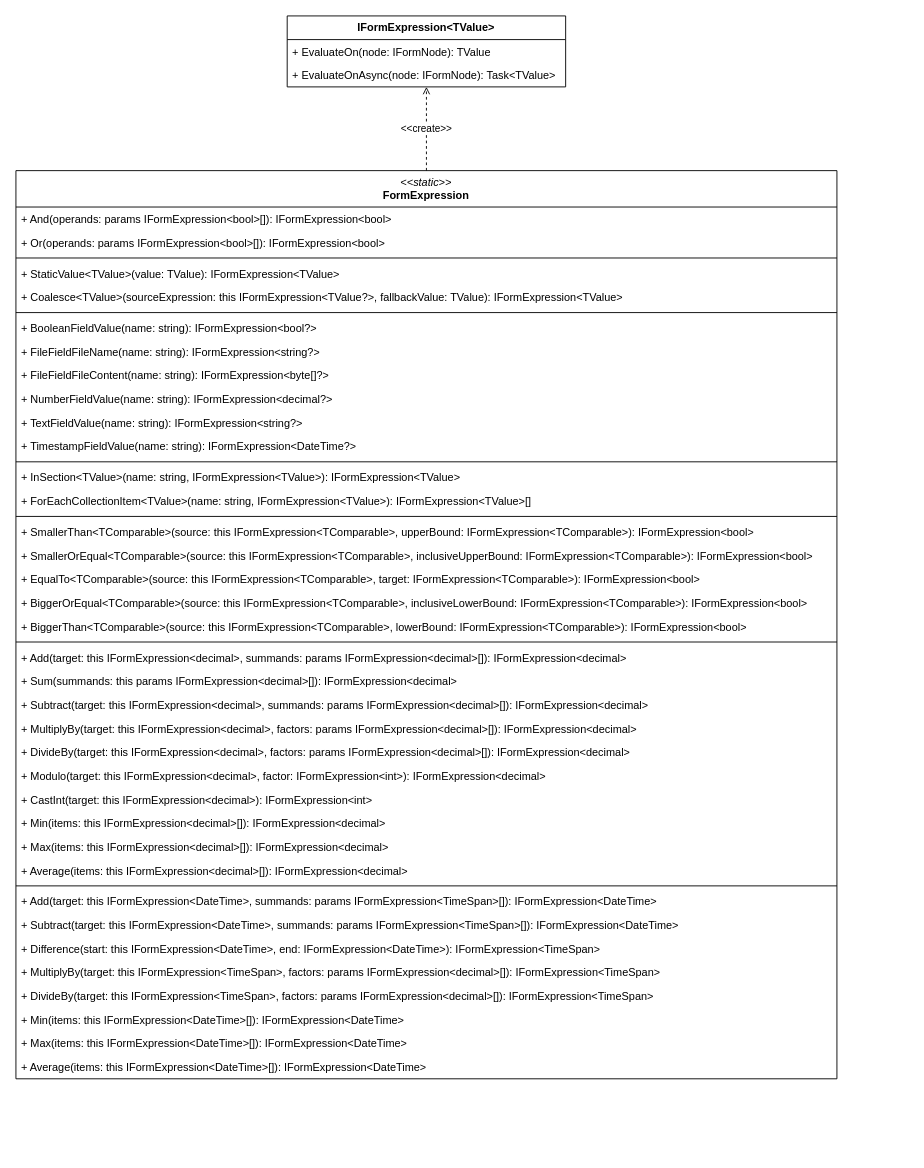
Earlier version of the draw.io diagram doc/forms-concept/expressions.drawio (RGXStorm281/common). Source tidied: cells renumbered, new cells numbered last; positions are measured from the earlier drawing's top-left corner, leaving out a move shared by most shapes. Both pictures are drawn from the tidied source at 91%, with x=0, y=0 at pixel (15, 15).
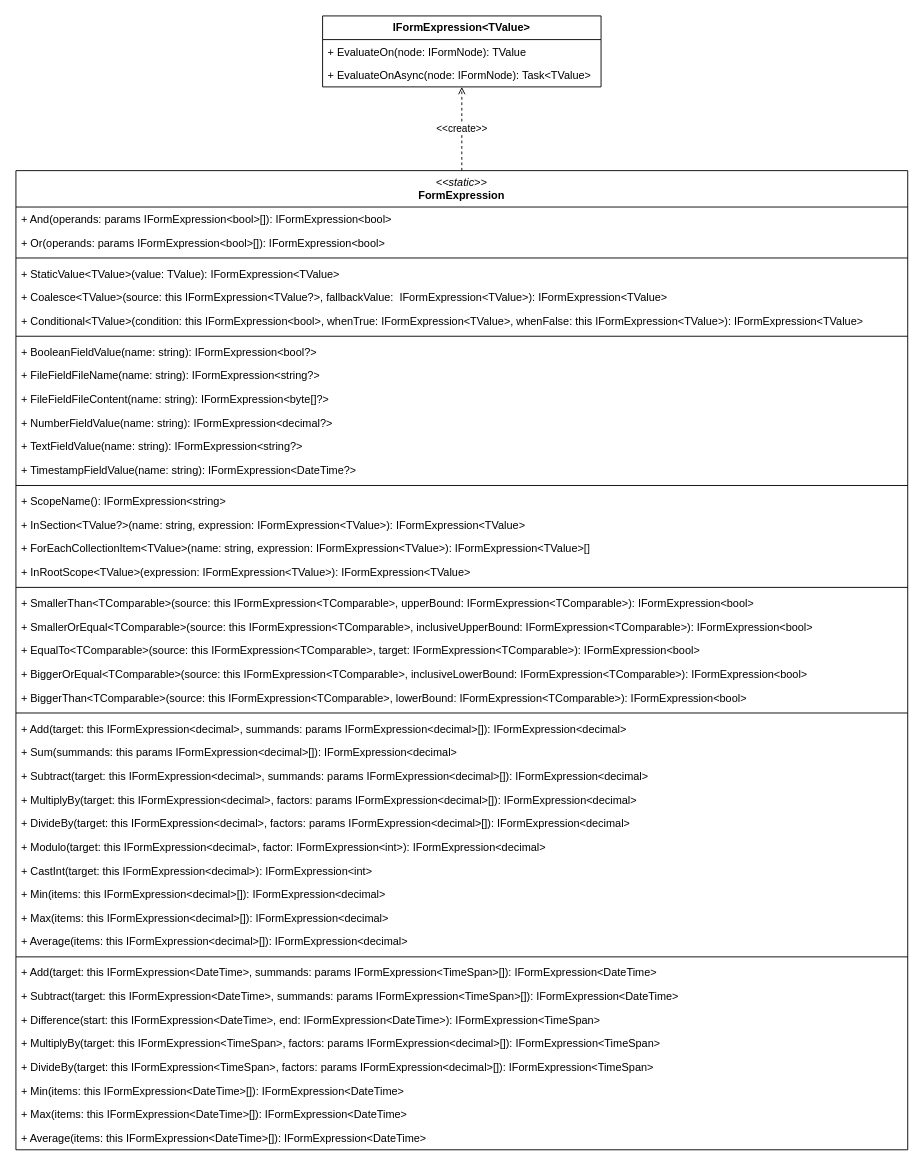
The same diagram, later.

Commit message (it also covers changes not shown here):
Around half way through typing out the signatures and doc comments for the expression factory functions

The edit, as a diff of the source:
```diff
@@
     <mxCell id="2" value="&lt;b&gt;IFormExpression&amp;lt;TValue&amp;gt;&lt;/b&gt;" style="swimlane;fontStyle=0;horizontal=1;startSize=26;fillColor=none;whiteSpace=wrap;html=1;" parent="1" vertex="1">
-      <mxGeometry x="298.1" width="306" height="78" as="geometry" />
+      <mxGeometry x="337" width="306" height="78" as="geometry" />
     </mxCell>
@@
     <mxCell id="6" value="&lt;i&gt;&amp;lt;&amp;lt;static&amp;gt;&amp;gt;&lt;/i&gt;&lt;br&gt;&lt;b&gt;FormExpression&lt;/b&gt;" style="swimlane;fontStyle=0;horizontal=1;startSize=40;fillColor=none;whiteSpace=wrap;html=1;" parent="1" vertex="1">
-      <mxGeometry y="170" width="902.2" height="998" as="geometry" />
+      <mxGeometry y="170" width="980" height="1076" as="geometry" />
     </mxCell>
     <mxCell id="7" value="+ And(operands: params IFormExpression&amp;lt;bool&amp;gt;[]): IFormExpression&amp;lt;bool&amp;gt;" style="text;strokeColor=none;fillColor=none;align=left;verticalAlign=top;spacingLeft=4;spacingRight=4;overflow=hidden;whiteSpace=wrap;html=1;" parent="6" vertex="1">
-      <mxGeometry y="40" width="902.2" height="26" as="geometry" />
+      <mxGeometry y="40" width="980" height="26" as="geometry" />
     </mxCell>
     <mxCell id="8" value="+ Or(operands: params IFormExpression&amp;lt;bool&amp;gt;[]): IFormExpression&amp;lt;bool&amp;gt;" style="text;strokeColor=none;fillColor=none;align=left;verticalAlign=top;spacingLeft=4;spacingRight=4;overflow=hidden;whiteSpace=wrap;html=1;" parent="6" vertex="1">
-      <mxGeometry y="66" width="902.2" height="26" as="geometry" />
+      <mxGeometry y="66" width="980" height="26" as="geometry" />
     </mxCell>
     <mxCell id="9" style="line;strokeWidth=1;fillColor=none;align=left;verticalAlign=middle;spacingTop=-1;spacingLeft=3;spacingRight=3;labelPosition=right;strokeColor=inherit;" parent="6" vertex="1">
-      <mxGeometry y="92" width="902.2" height="8" as="geometry" />
+      <mxGeometry y="92" width="980" height="8" as="geometry" />
     </mxCell>
     <mxCell id="10" value="+ StaticValue&amp;lt;TValue&amp;gt;(value: TValue): IFormExpression&amp;lt;TValue&amp;gt;" style="text;strokeColor=none;fillColor=none;align=left;verticalAlign=top;spacingLeft=4;spacingRight=4;overflow=hidden;whiteSpace=wrap;html=1;" parent="6" vertex="1">
-      <mxGeometry y="100" width="902.2" height="26" as="geometry" />
+      <mxGeometry y="100" width="980" height="26" as="geometry" />
     </mxCell>
-    <mxCell id="11" value="+ Coalesce&amp;lt;TValue&amp;gt;(sourceExpression: this IFormExpression&amp;lt;TValue?&amp;gt;, fallbackValue: TValue): IFormExpression&amp;lt;TValue&amp;gt;" style="text;strokeColor=none;fillColor=none;align=left;verticalAlign=top;spacingLeft=4;spacingRight=4;overflow=hidden;whiteSpace=wrap;html=1;" parent="6" vertex="1">
-      <mxGeometry y="126" width="902.2" height="26" as="geometry" />
+    <mxCell id="11" value="+ Coalesce&amp;lt;TValue&amp;gt;(source: this IFormExpression&amp;lt;TValue?&amp;gt;, fallbackValue:&amp;nbsp;&amp;nbsp;IFormExpression&amp;lt;TValue&amp;gt;): IFormExpression&amp;lt;TValue&amp;gt;" style="text;strokeColor=none;fillColor=none;align=left;verticalAlign=top;spacingLeft=4;spacingRight=4;overflow=hidden;whiteSpace=wrap;html=1;" parent="6" vertex="1">
+      <mxGeometry y="126" width="980" height="26" as="geometry" />
     </mxCell>
+    <mxCell id="48" value="+ Conditional&amp;lt;TValue&amp;gt;(condition: this IFormExpression&amp;lt;bool&amp;gt;, whenTrue: IFormExpression&amp;lt;TValue&amp;gt;, whenFalse: this IFormExpression&amp;lt;TValue&amp;gt;): IFormExpression&amp;lt;TValue&amp;gt;" style="text;strokeColor=none;fillColor=none;align=left;verticalAlign=top;spacingLeft=4;spacingRight=4;overflow=hidden;whiteSpace=wrap;html=1;" parent="6" vertex="1">
+      <mxGeometry y="152" width="980" height="26" as="geometry" />
+    </mxCell>
     <mxCell id="12" style="line;strokeWidth=1;fillColor=none;align=left;verticalAlign=middle;spacingTop=-1;spacingLeft=3;spacingRight=3;labelPosition=right;strokeColor=inherit;" parent="6" vertex="1">
-      <mxGeometry y="152" width="902.2" height="8" as="geometry" />
+      <mxGeometry y="178" width="980" height="8" as="geometry" />
     </mxCell>
     <mxCell id="13" value="+ BooleanFieldValue(name: string): IFormExpression&amp;lt;bool?&amp;gt;" style="text;strokeColor=none;fillColor=none;align=left;verticalAlign=top;spacingLeft=4;spacingRight=4;overflow=hidden;whiteSpace=wrap;html=1;" parent="6" vertex="1">
-      <mxGeometry y="160" width="902.2" height="26" as="geometry" />
+      <mxGeometry y="186" width="980" height="26" as="geometry" />
     </mxCell>
     <mxCell id="14" value="+ FileFieldFileName(name: string): IFormExpression&amp;lt;string?&amp;gt;" style="text;strokeColor=none;fillColor=none;align=left;verticalAlign=top;spacingLeft=4;spacingRight=4;overflow=hidden;whiteSpace=wrap;html=1;" parent="6" vertex="1">
-      <mxGeometry y="186" width="902.2" height="26" as="geometry" />
+      <mxGeometry y="212" width="980" height="26" as="geometry" />
     </mxCell>
     <mxCell id="15" value="+ FileFieldFileContent(name: string): IFormExpression&amp;lt;byte[]?&amp;gt;" style="text;strokeColor=none;fillColor=none;align=left;verticalAlign=top;spacingLeft=4;spacingRight=4;overflow=hidden;whiteSpace=wrap;html=1;" parent="6" vertex="1">
-      <mxGeometry y="212" width="902.2" height="26" as="geometry" />
+      <mxGeometry y="238" width="980" height="26" as="geometry" />
     </mxCell>
     <mxCell id="16" value="+ NumberFieldValue(name: string): IFormExpression&amp;lt;decimal?&amp;gt;" style="text;strokeColor=none;fillColor=none;align=left;verticalAlign=top;spacingLeft=4;spacingRight=4;overflow=hidden;whiteSpace=wrap;html=1;" parent="6" vertex="1">
-      <mxGeometry y="238" width="902.2" height="26" as="geometry" />
+      <mxGeometry y="264" width="980" height="26" as="geometry" />
     </mxCell>
     <mxCell id="17" value="+ TextFieldValue(name: string): IFormExpression&amp;lt;string?&amp;gt;" style="text;strokeColor=none;fillColor=none;align=left;verticalAlign=top;spacingLeft=4;spacingRight=4;overflow=hidden;whiteSpace=wrap;html=1;" parent="6" vertex="1">
-      <mxGeometry y="264" width="902.2" height="26" as="geometry" />
+      <mxGeometry y="290" width="980" height="26" as="geometry" />
     </mxCell>
     <mxCell id="18" value="+ TimestampFieldValue(name: string): IFormExpression&amp;lt;DateTime?&amp;gt;" style="text;strokeColor=none;fillColor=none;align=left;verticalAlign=top;spacingLeft=4;spacingRight=4;overflow=hidden;whiteSpace=wrap;html=1;" parent="6" vertex="1">
-      <mxGeometry y="290" width="902.2" height="26" as="geometry" />
+      <mxGeometry y="316" width="980" height="26" as="geometry" />
     </mxCell>
     <mxCell id="19" style="line;strokeWidth=1;fillColor=none;align=left;verticalAlign=middle;spacingTop=-1;spacingLeft=3;spacingRight=3;labelPosition=right;strokeColor=inherit;" parent="6" vertex="1">
-      <mxGeometry y="316" width="902.2" height="8" as="geometry" />
+      <mxGeometry y="342" width="980" height="8" as="geometry" />
     </mxCell>
+    <mxCell id="49" value="+ ScopeName(): IFormExpression&amp;lt;string&amp;gt;" style="text;strokeColor=none;fillColor=none;align=left;verticalAlign=top;spacingLeft=4;spacingRight=4;overflow=hidden;whiteSpace=wrap;html=1;" parent="6" vertex="1">
+      <mxGeometry y="350" width="980" height="26" as="geometry" />
+    </mxCell>
-    <mxCell id="20" value="+ InSection&amp;lt;TValue&amp;gt;(name: string, IFormExpression&amp;lt;TValue&amp;gt;): IFormExpression&amp;lt;TValue&amp;gt;" style="text;strokeColor=none;fillColor=none;align=left;verticalAlign=top;spacingLeft=4;spacingRight=4;overflow=hidden;whiteSpace=wrap;html=1;" parent="6" vertex="1">
-      <mxGeometry y="324" width="902.2" height="26" as="geometry" />
+    <mxCell id="20" value="+ InSection&amp;lt;TValue?&amp;gt;(name: string, expression: IFormExpression&amp;lt;TValue&amp;gt;): IFormExpression&amp;lt;TValue&amp;gt;" style="text;strokeColor=none;fillColor=none;align=left;verticalAlign=top;spacingLeft=4;spacingRight=4;overflow=hidden;whiteSpace=wrap;html=1;" parent="6" vertex="1">
+      <mxGeometry y="376" width="980" height="26" as="geometry" />
     </mxCell>
-    <mxCell id="21" value="+ ForEachCollectionItem&amp;lt;TValue&amp;gt;(name: string, IFormExpression&amp;lt;TValue&amp;gt;): IFormExpression&amp;lt;TValue&amp;gt;[]" style="text;strokeColor=none;fillColor=none;align=left;verticalAlign=top;spacingLeft=4;spacingRight=4;overflow=hidden;whiteSpace=wrap;html=1;" parent="6" vertex="1">
-      <mxGeometry y="350" width="902.2" height="26" as="geometry" />
+    <mxCell id="21" value="+ ForEachCollectionItem&amp;lt;TValue&amp;gt;(name: string, expression: IFormExpression&amp;lt;TValue&amp;gt;): IFormExpression&amp;lt;TValue&amp;gt;[]" style="text;strokeColor=none;fillColor=none;align=left;verticalAlign=top;spacingLeft=4;spacingRight=4;overflow=hidden;whiteSpace=wrap;html=1;" parent="6" vertex="1">
+      <mxGeometry y="402" width="980" height="26" as="geometry" />
     </mxCell>
+    <mxCell id="50" value="+ InRootScope&amp;lt;TValue&amp;gt;(expression: IFormExpression&amp;lt;TValue&amp;gt;): IFormExpression&amp;lt;TValue&amp;gt;" style="text;strokeColor=none;fillColor=none;align=left;verticalAlign=top;spacingLeft=4;spacingRight=4;overflow=hidden;whiteSpace=wrap;html=1;" parent="6" vertex="1">
+      <mxGeometry y="428" width="980" height="26" as="geometry" />
+    </mxCell>
     <mxCell id="22" style="line;strokeWidth=1;fillColor=none;align=left;verticalAlign=middle;spacingTop=-1;spacingLeft=3;spacingRight=3;labelPosition=right;strokeColor=inherit;" parent="6" vertex="1">
-      <mxGeometry y="376" width="902.2" height="8" as="geometry" />
+      <mxGeometry y="454" width="980" height="8" as="geometry" />
     </mxCell>
     <mxCell id="23" value="+ SmallerThan&amp;lt;TComparable&amp;gt;(source: this IFormExpression&amp;lt;TComparable&amp;gt;, upperBound: IFormExpression&amp;lt;TComparable&amp;gt;): IFormExpression&amp;lt;bool&amp;gt;" style="text;strokeColor=none;fillColor=none;align=left;verticalAlign=top;spacingLeft=4;spacingRight=4;overflow=hidden;whiteSpace=wrap;html=1;" parent="6" vertex="1">
-      <mxGeometry y="384" width="902.2" height="26" as="geometry" />
+      <mxGeometry y="462" width="980" height="26" as="geometry" />
     </mxCell>
     <mxCell id="24" value="+ SmallerOrEqual&amp;lt;TComparable&amp;gt;(source: this IFormExpression&amp;lt;TComparable&amp;gt;, inclusiveUpperBound: IFormExpression&amp;lt;TComparable&amp;gt;): IFormExpression&amp;lt;bool&amp;gt;" style="text;strokeColor=none;fillColor=none;align=left;verticalAlign=top;spacingLeft=4;spacingRight=4;overflow=hidden;whiteSpace=wrap;html=1;" parent="6" vertex="1">
-      <mxGeometry y="410" width="902.2" height="26" as="geometry" />
+      <mxGeometry y="488" width="980" height="26" as="geometry" />
     </mxCell>
     <mxCell id="25" value="+ EqualTo&amp;lt;TComparable&amp;gt;(source: this IFormExpression&amp;lt;TComparable&amp;gt;, target: IFormExpression&amp;lt;TComparable&amp;gt;): IFormExpression&amp;lt;bool&amp;gt;" style="text;strokeColor=none;fillColor=none;align=left;verticalAlign=top;spacingLeft=4;spacingRight=4;overflow=hidden;whiteSpace=wrap;html=1;" parent="6" vertex="1">
-      <mxGeometry y="436" width="902.2" height="26" as="geometry" />
+      <mxGeometry y="514" width="980" height="26" as="geometry" />
     </mxCell>
     <mxCell id="26" value="+ BiggerOrEqual&amp;lt;TComparable&amp;gt;(source: this IFormExpression&amp;lt;TComparable&amp;gt;, inclusiveLowerBound: IFormExpression&amp;lt;TComparable&amp;gt;): IFormExpression&amp;lt;bool&amp;gt;" style="text;strokeColor=none;fillColor=none;align=left;verticalAlign=top;spacingLeft=4;spacingRight=4;overflow=hidden;whiteSpace=wrap;html=1;" parent="6" vertex="1">
-      <mxGeometry y="462" width="902.2" height="26" as="geometry" />
+      <mxGeometry y="540" width="980" height="26" as="geometry" />
     </mxCell>
     <mxCell id="27" value="+ BiggerThan&amp;lt;TComparable&amp;gt;(source: this IFormExpression&amp;lt;TComparable&amp;gt;, lowerBound: IFormExpression&amp;lt;TComparable&amp;gt;): IFormExpression&amp;lt;bool&amp;gt;" style="text;strokeColor=none;fillColor=none;align=left;verticalAlign=top;spacingLeft=4;spacingRight=4;overflow=hidden;whiteSpace=wrap;html=1;" parent="6" vertex="1">
-      <mxGeometry y="488" width="902.2" height="26" as="geometry" />
+      <mxGeometry y="566" width="980" height="26" as="geometry" />
     </mxCell>
     <mxCell id="28" style="line;strokeWidth=1;fillColor=none;align=left;verticalAlign=middle;spacingTop=-1;spacingLeft=3;spacingRight=3;labelPosition=right;strokeColor=inherit;" parent="6" vertex="1">
-      <mxGeometry y="514" width="902.2" height="8" as="geometry" />
+      <mxGeometry y="592" width="980" height="8" as="geometry" />
     </mxCell>
     <mxCell id="29" value="+ Add(target: this IFormExpression&amp;lt;decimal&amp;gt;, summands: params IFormExpression&amp;lt;decimal&amp;gt;[]): IFormExpression&amp;lt;decimal&amp;gt;" style="text;strokeColor=none;fillColor=none;align=left;verticalAlign=top;spacingLeft=4;spacingRight=4;overflow=hidden;whiteSpace=wrap;html=1;" parent="6" vertex="1">
-      <mxGeometry y="522" width="902.2" height="26" as="geometry" />
+      <mxGeometry y="600" width="980" height="26" as="geometry" />
     </mxCell>
     <mxCell id="30" value="+ Sum(summands: this params IFormExpression&amp;lt;decimal&amp;gt;[]): IFormExpression&amp;lt;decimal&amp;gt;" style="text;strokeColor=none;fillColor=none;align=left;verticalAlign=top;spacingLeft=4;spacingRight=4;overflow=hidden;whiteSpace=wrap;html=1;" parent="6" vertex="1">
-      <mxGeometry y="548" width="902.2" height="26" as="geometry" />
+      <mxGeometry y="626" width="980" height="26" as="geometry" />
     </mxCell>
     <mxCell id="31" value="+ Subtract(target: this IFormExpression&amp;lt;decimal&amp;gt;, summands: params IFormExpression&amp;lt;decimal&amp;gt;[]): IFormExpression&amp;lt;decimal&amp;gt;" style="text;strokeColor=none;fillColor=none;align=left;verticalAlign=top;spacingLeft=4;spacingRight=4;overflow=hidden;whiteSpace=wrap;html=1;" parent="6" vertex="1">
-      <mxGeometry y="574" width="902.2" height="26" as="geometry" />
+      <mxGeometry y="652" width="980" height="26" as="geometry" />
     </mxCell>
     <mxCell id="32" value="+ MultiplyBy(target: this IFormExpression&amp;lt;decimal&amp;gt;, factors: params IFormExpression&amp;lt;decimal&amp;gt;[]): IFormExpression&amp;lt;decimal&amp;gt;" style="text;strokeColor=none;fillColor=none;align=left;verticalAlign=top;spacingLeft=4;spacingRight=4;overflow=hidden;whiteSpace=wrap;html=1;" parent="6" vertex="1">
-      <mxGeometry y="600" width="902.2" height="26" as="geometry" />
+      <mxGeometry y="678" width="980" height="26" as="geometry" />
     </mxCell>
     <mxCell id="33" value="+ DivideBy(target: this IFormExpression&amp;lt;decimal&amp;gt;, factors: params IFormExpression&amp;lt;decimal&amp;gt;[]): IFormExpression&amp;lt;decimal&amp;gt;" style="text;strokeColor=none;fillColor=none;align=left;verticalAlign=top;spacingLeft=4;spacingRight=4;overflow=hidden;whiteSpace=wrap;html=1;" parent="6" vertex="1">
-      <mxGeometry y="626" width="902.2" height="26" as="geometry" />
+      <mxGeometry y="704" width="980" height="26" as="geometry" />
     </mxCell>
     <mxCell id="34" value="+ Modulo(target: this IFormExpression&amp;lt;decimal&amp;gt;, factor: IFormExpression&amp;lt;int&amp;gt;): IFormExpression&amp;lt;decimal&amp;gt;" style="text;strokeColor=none;fillColor=none;align=left;verticalAlign=top;spacingLeft=4;spacingRight=4;overflow=hidden;whiteSpace=wrap;html=1;" parent="6" vertex="1">
-      <mxGeometry y="652" width="902.2" height="26" as="geometry" />
+      <mxGeometry y="730" width="980" height="26" as="geometry" />
     </mxCell>
     <mxCell id="35" value="+ CastInt(target: this IFormExpression&amp;lt;decimal&amp;gt;): IFormExpression&amp;lt;int&amp;gt;" style="text;strokeColor=none;fillColor=none;align=left;verticalAlign=top;spacingLeft=4;spacingRight=4;overflow=hidden;whiteSpace=wrap;html=1;" parent="6" vertex="1">
-      <mxGeometry y="678" width="902.2" height="26" as="geometry" />
+      <mxGeometry y="756" width="980" height="26" as="geometry" />
     </mxCell>
     <mxCell id="36" value="+ Min(items: this IFormExpression&amp;lt;decimal&amp;gt;[]): IFormExpression&amp;lt;decimal&amp;gt;" style="text;strokeColor=none;fillColor=none;align=left;verticalAlign=top;spacingLeft=4;spacingRight=4;overflow=hidden;whiteSpace=wrap;html=1;" parent="6" vertex="1">
-      <mxGeometry y="704" width="902.2" height="26" as="geometry" />
+      <mxGeometry y="782" width="980" height="26" as="geometry" />
     </mxCell>
     <mxCell id="37" value="+ Max(items: this IFormExpression&amp;lt;decimal&amp;gt;[]): IFormExpression&amp;lt;decimal&amp;gt;" style="text;strokeColor=none;fillColor=none;align=left;verticalAlign=top;spacingLeft=4;spacingRight=4;overflow=hidden;whiteSpace=wrap;html=1;" parent="6" vertex="1">
-      <mxGeometry y="730" width="902.2" height="26" as="geometry" />
+      <mxGeometry y="808" width="980" height="26" as="geometry" />
     </mxCell>
     <mxCell id="38" value="+ Average(items: this IFormExpression&amp;lt;decimal&amp;gt;[]): IFormExpression&amp;lt;decimal&amp;gt;" style="text;strokeColor=none;fillColor=none;align=left;verticalAlign=top;spacingLeft=4;spacingRight=4;overflow=hidden;whiteSpace=wrap;html=1;" parent="6" vertex="1">
-      <mxGeometry y="756" width="902.2" height="26" as="geometry" />
+      <mxGeometry y="834" width="980" height="26" as="geometry" />
     </mxCell>
     <mxCell id="39" style="line;strokeWidth=1;fillColor=none;align=left;verticalAlign=middle;spacingTop=-1;spacingLeft=3;spacingRight=3;labelPosition=right;strokeColor=inherit;" parent="6" vertex="1">
-      <mxGeometry y="782" width="902.2" height="8" as="geometry" />
+      <mxGeometry y="860" width="980" height="8" as="geometry" />
     </mxCell>
     <mxCell id="40" value="+ Add(target: this IFormExpression&amp;lt;DateTime&amp;gt;, summands: params IFormExpression&amp;lt;TimeSpan&amp;gt;[]): IFormExpression&amp;lt;DateTime&amp;gt;" style="text;strokeColor=none;fillColor=none;align=left;verticalAlign=top;spacingLeft=4;spacingRight=4;overflow=hidden;whiteSpace=wrap;html=1;" parent="6" vertex="1">
-      <mxGeometry y="790" width="902.2" height="26" as="geometry" />
+      <mxGeometry y="868" width="980" height="26" as="geometry" />
     </mxCell>
     <mxCell id="41" value="+ Subtract(target: this IFormExpression&amp;lt;DateTime&amp;gt;, summands: params IFormExpression&amp;lt;TimeSpan&amp;gt;[]): IFormExpression&amp;lt;DateTime&amp;gt;" style="text;strokeColor=none;fillColor=none;align=left;verticalAlign=top;spacingLeft=4;spacingRight=4;overflow=hidden;whiteSpace=wrap;html=1;" parent="6" vertex="1">
-      <mxGeometry y="816" width="902.2" height="26" as="geometry" />
+      <mxGeometry y="894" width="980" height="26" as="geometry" />
     </mxCell>
     <mxCell id="42" value="+ Difference(start: this IFormExpression&amp;lt;DateTime&amp;gt;, end: IFormExpression&amp;lt;DateTime&amp;gt;): IFormExpression&amp;lt;TimeSpan&amp;gt;" style="text;strokeColor=none;fillColor=none;align=left;verticalAlign=top;spacingLeft=4;spacingRight=4;overflow=hidden;whiteSpace=wrap;html=1;" parent="6" vertex="1">
-      <mxGeometry y="842" width="902.2" height="26" as="geometry" />
+      <mxGeometry y="920" width="980" height="26" as="geometry" />
     </mxCell>
     <mxCell id="43" value="+ MultiplyBy(target: this IFormExpression&amp;lt;TimeSpan&amp;gt;, factors: params IFormExpression&amp;lt;decimal&amp;gt;[]): IFormExpression&amp;lt;TimeSpan&amp;gt;" style="text;strokeColor=none;fillColor=none;align=left;verticalAlign=top;spacingLeft=4;spacingRight=4;overflow=hidden;whiteSpace=wrap;html=1;" parent="6" vertex="1">
-      <mxGeometry y="868" width="902.2" height="26" as="geometry" />
+      <mxGeometry y="946" width="980" height="26" as="geometry" />
     </mxCell>
     <mxCell id="44" value="+ DivideBy(target: this IFormExpression&amp;lt;TimeSpan&amp;gt;, factors: params IFormExpression&amp;lt;decimal&amp;gt;[]): IFormExpression&amp;lt;TimeSpan&amp;gt;" style="text;strokeColor=none;fillColor=none;align=left;verticalAlign=top;spacingLeft=4;spacingRight=4;overflow=hidden;whiteSpace=wrap;html=1;" parent="6" vertex="1">
-      <mxGeometry y="894" width="902.2" height="26" as="geometry" />
+      <mxGeometry y="972" width="980" height="26" as="geometry" />
     </mxCell>
     <mxCell id="45" value="+ Min(items: this IFormExpression&amp;lt;DateTime&amp;gt;[]): IFormExpression&amp;lt;DateTime&amp;gt;" style="text;strokeColor=none;fillColor=none;align=left;verticalAlign=top;spacingLeft=4;spacingRight=4;overflow=hidden;whiteSpace=wrap;html=1;" parent="6" vertex="1">
-      <mxGeometry y="920" width="902.2" height="26" as="geometry" />
+      <mxGeometry y="998" width="980" height="26" as="geometry" />
     </mxCell>
     <mxCell id="46" value="+ Max(items: this IFormExpression&amp;lt;DateTime&amp;gt;[]): IFormExpression&amp;lt;DateTime&amp;gt;" style="text;strokeColor=none;fillColor=none;align=left;verticalAlign=top;spacingLeft=4;spacingRight=4;overflow=hidden;whiteSpace=wrap;html=1;" parent="6" vertex="1">
-      <mxGeometry y="946" width="902.2" height="26" as="geometry" />
+      <mxGeometry y="1024" width="980" height="26" as="geometry" />
     </mxCell>
     <mxCell id="47" value="+ Average(items: this IFormExpression&amp;lt;DateTime&amp;gt;[]): IFormExpression&amp;lt;DateTime&amp;gt;" style="text;strokeColor=none;fillColor=none;align=left;verticalAlign=top;spacingLeft=4;spacingRight=4;overflow=hidden;whiteSpace=wrap;html=1;" parent="6" vertex="1">
-      <mxGeometry y="972" width="902.2" height="26" as="geometry" />
+      <mxGeometry y="1050" width="980" height="26" as="geometry" />
     </mxCell>
```
